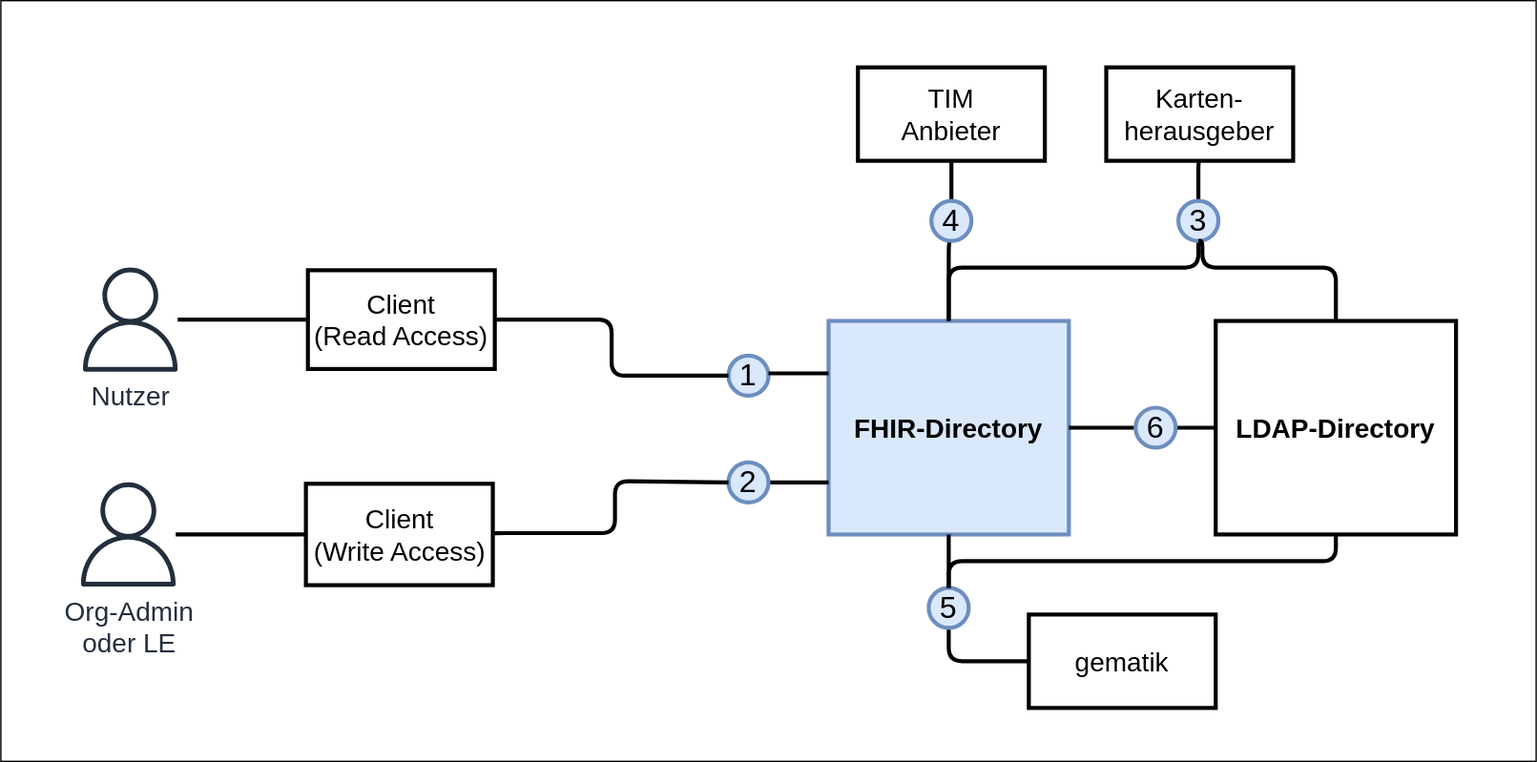
Earlier version of the draw.io export images/FHIR-Directory_Systemkontext.svg (gematik/api-vzd). Source tidied: cells renumbered, new cells last; positions are measured from the earlier drawing's top-left corner, leaving out a move shared by most shapes.
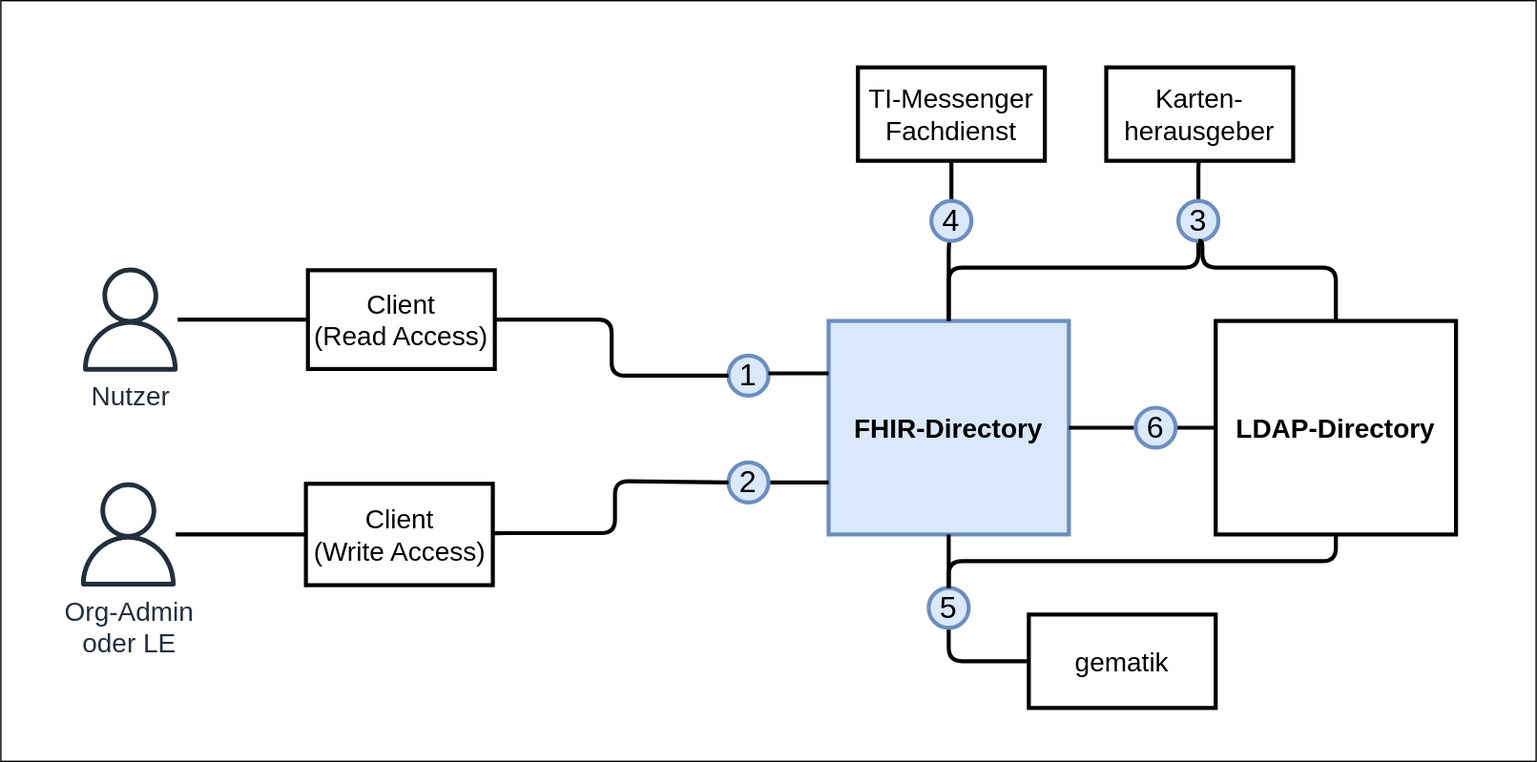
After the change.

Change to the diagram source:
```diff
@@ -81,7 +81,7 @@
     <mxCell id="20" value="Karten-&lt;br style=&quot;font-size: 20px;&quot;&gt;herausgeber" style="rounded=0;whiteSpace=wrap;html=1;strokeWidth=3;fontSize=20;fontStyle=0;strokeColor=#000000;" parent="1" vertex="1">
       <mxGeometry x="828" y="50" width="140" height="70" as="geometry" />
     </mxCell>
-    <mxCell id="21" value="TIM&lt;br style=&quot;font-size: 20px&quot;&gt;Anbieter" style="rounded=0;whiteSpace=wrap;html=1;strokeWidth=3;fontSize=20;fontStyle=0;strokeColor=#000000;" parent="1" vertex="1">
+    <mxCell id="21" value="TI-Messenger&lt;br style=&quot;font-size: 20px&quot;&gt;Fachdienst" style="rounded=0;whiteSpace=wrap;html=1;strokeWidth=3;fontSize=20;fontStyle=0;strokeColor=#000000;" parent="1" vertex="1">
       <mxGeometry x="642" y="50" width="140" height="70" as="geometry" />
     </mxCell>
     <mxCell id="22" style="edgeStyle=orthogonalEdgeStyle;rounded=1;jettySize=auto;html=1;exitX=0;exitY=0.5;exitDx=0;exitDy=0;entryX=0.5;entryY=1;entryDx=0;entryDy=0;fontSize=23;fontColor=#999999;endArrow=none;endFill=0;strokeColor=#000000;strokeWidth=3;" parent="1" edge="1" source="24" target="23">
```
